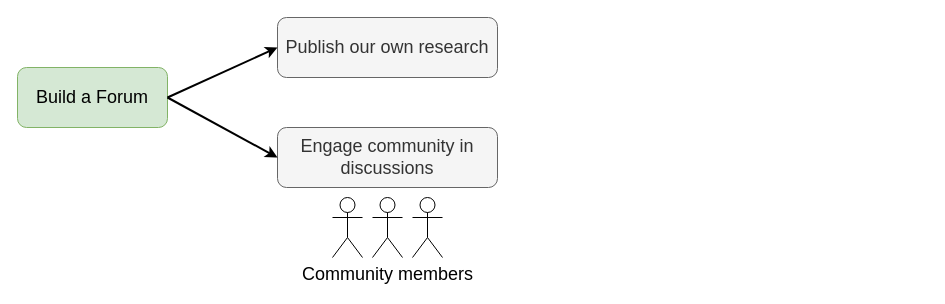
The draw.io diagram ecosystem.drawio in 0xyicheng/a-research-diagram, before the edit. Source tidied: cells renumbered, new cells numbered last; positions are measured from the earlier drawing's top-left corner, leaving out a move shared by most shapes. Both pictures are drawn from the tidied source at 100%, with x=0, y=0 at pixel (17, 17).
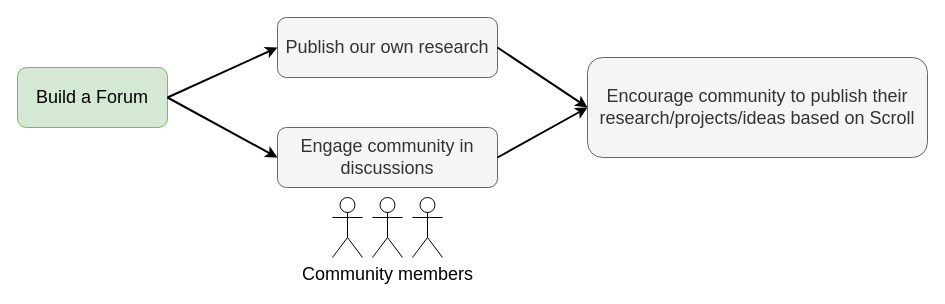
Above is the later version.

Diff of the diagram source:
```diff
@@
 <mxGraphModel>
   <root>
     <mxCell id="0" />
     <mxCell id="1" parent="0" />
     <mxCell id="2" value="&lt;font style=&quot;font-size: 18px;&quot;&gt;Build a Forum&lt;/font&gt;" style="rounded=1;whiteSpace=wrap;html=1;fillColor=#d5e8d4;strokeColor=#82b366;" parent="1" vertex="1">
       <mxGeometry y="50" width="150" height="60" as="geometry" />
     </mxCell>
     <mxCell id="3" value="&lt;span style=&quot;font-size: 18px;&quot;&gt;Publish our own research&lt;/span&gt;" style="rounded=1;whiteSpace=wrap;html=1;fillColor=#f5f5f5;fontColor=#333333;strokeColor=#666666;" parent="1" vertex="1">
       <mxGeometry x="260" width="220" height="60" as="geometry" />
     </mxCell>
     <mxCell id="4" value="&lt;span style=&quot;font-size: 18px;&quot;&gt;Engage community in discussions&lt;/span&gt;" style="rounded=1;whiteSpace=wrap;html=1;fillColor=#f5f5f5;fontColor=#333333;strokeColor=#666666;" parent="1" vertex="1">
       <mxGeometry x="260" y="110" width="220" height="60" as="geometry" />
     </mxCell>
     <mxCell id="5" style="endArrow=classic;html=1;rounded=0;strokeWidth=2;fontSize=18;exitX=1;exitY=0.5;exitDx=0;exitDy=0;entryX=0;entryY=0.5;entryDx=0;entryDy=0;" parent="1" edge="1" source="2" target="3">
       <mxGeometry relative="1" as="geometry" />
     </mxCell>
     <mxCell id="6" style="endArrow=classic;html=1;rounded=0;strokeWidth=2;fontSize=18;exitX=1;exitY=0.5;exitDx=0;exitDy=0;entryX=0;entryY=0.5;entryDx=0;entryDy=0;" parent="1" edge="1" source="2" target="4">
       <mxGeometry relative="1" as="geometry" />
     </mxCell>
     <mxCell id="7" value="Community members" style="shape=umlActor;verticalLabelPosition=bottom;verticalAlign=top;html=1;fontSize=18;" parent="1" vertex="1">
       <mxGeometry x="355" y="180" width="30" height="60" as="geometry" />
     </mxCell>
     <mxCell id="8" style="shape=umlActor;verticalLabelPosition=bottom;verticalAlign=top;html=1;fontSize=18;" parent="1" vertex="1">
       <mxGeometry x="315" y="180" width="30" height="60" as="geometry" />
     </mxCell>
     <mxCell id="9" style="shape=umlActor;verticalLabelPosition=bottom;verticalAlign=top;html=1;fontSize=18;" parent="1" vertex="1">
       <mxGeometry x="395" y="180" width="30" height="60" as="geometry" />
     </mxCell>
+    <mxCell id="10" value="&lt;span style=&quot;font-size: 18px;&quot;&gt;Encourage community to publish their research/projects/ideas based on Scroll&lt;/span&gt;" style="rounded=1;whiteSpace=wrap;html=1;fillColor=#f5f5f5;fontColor=#333333;strokeColor=#666666;" parent="1" vertex="1">
+      <mxGeometry x="570" y="40" width="340" height="100" as="geometry" />
+    </mxCell>
+    <mxCell id="11" style="endArrow=classic;html=1;rounded=0;strokeWidth=2;fontSize=18;exitX=1;exitY=0.5;exitDx=0;exitDy=0;entryX=0;entryY=0.5;entryDx=0;entryDy=0;" parent="1" edge="1" source="3" target="10">
+      <mxGeometry relative="1" as="geometry" />
+    </mxCell>
+    <mxCell id="12" style="endArrow=classic;html=1;rounded=0;strokeWidth=2;fontSize=18;exitX=1;exitY=0.5;exitDx=0;exitDy=0;entryX=0;entryY=0.5;entryDx=0;entryDy=0;" parent="1" edge="1" source="4" target="10">
+      <mxGeometry relative="1" as="geometry" />
+    </mxCell>
   </root>
 </mxGraphModel>
```
